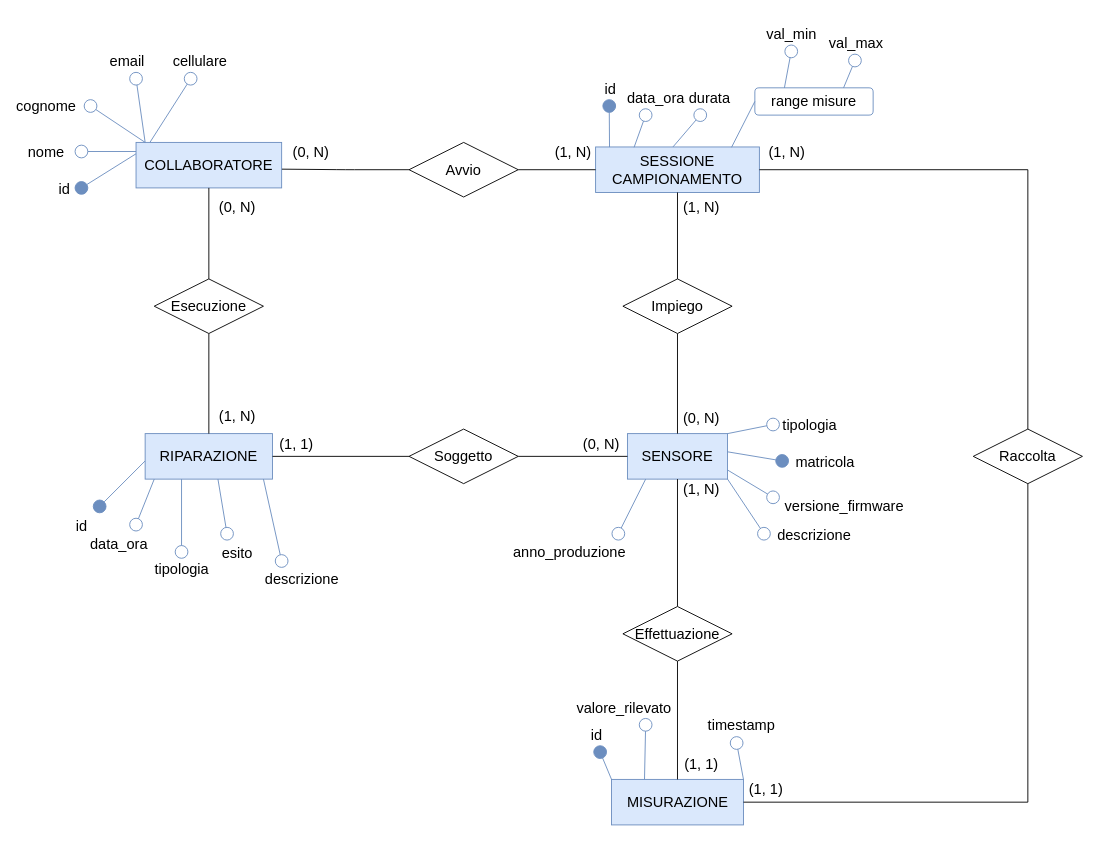
Earlier version of the draw.io diagram page "Diag. Monitoraggio" (4 of 7) of diagramma-er.drawio (faffolao/ProgettoBD2022). Source tidied: cells renumbered, new cells numbered last; positions are measured from the earlier drawing's top-left corner, leaving out a move shared by most shapes. Both pictures are drawn from the tidied source at 91%, with x=0, y=0 at pixel (81, 51).
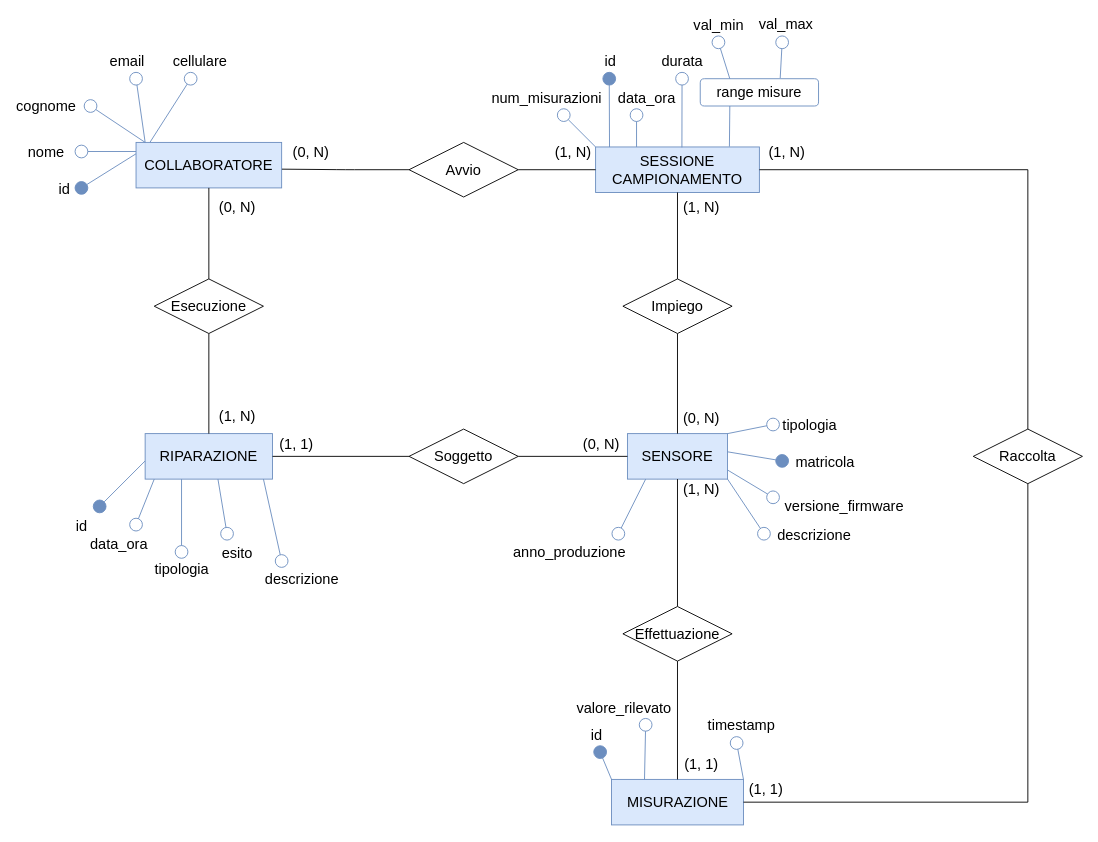
After the change.

The change refers to these unchanged cells:
```xml
<mxCell id="43" value="SESSIONE CAMPIONAMENTO" style="whiteSpace=wrap;html=1;align=center;fontSize=16;fillColor=#dae8fc;strokeColor=#6c8ebf;" parent="1" vertex="1">
  <mxGeometry x="565" y="105" width="180" height="50" as="geometry" />
</mxCell>
```

The edit, as a diff of the source:
```diff
@@
     <mxCell id="49" style="endArrow=oval;html=1;strokeColor=#6c8ebf;strokeWidth=1;fontSize=12;startSize=14;endSize=14;startArrow=none;startFill=0;endFill=1;fillColor=#dae8fc;exitX=0.085;exitY=0.003;exitDx=0;exitDy=0;exitPerimeter=0;" parent="1" edge="1" source="43">
       <mxGeometry relative="1" as="geometry">
-        <mxPoint x="580" y="60" as="targetPoint" />
+        <mxPoint x="580" y="30" as="targetPoint" />
       </mxGeometry>
     </mxCell>
     <mxCell id="50" value="id" style="edgeLabel;html=1;align=center;verticalAlign=middle;fontSize=16;" parent="49" vertex="1">
       <mxGeometry x="0.49" y="3" relative="1" as="geometry">
-        <mxPoint x="3" y="-31" as="offset" />
+        <mxPoint x="3" y="-39" as="offset" />
       </mxGeometry>
     </mxCell>
-    <mxCell id="51" style="endArrow=oval;html=1;strokeColor=#6c8ebf;strokeWidth=1;fontSize=12;startSize=14;endSize=14;endFill=0;fillColor=#dae8fc;exitX=0.235;exitY=0.008;exitDx=0;exitDy=0;exitPerimeter=0;" parent="1" edge="1" source="43">
+    <mxCell id="51" style="endArrow=oval;html=1;strokeColor=#6c8ebf;strokeWidth=1;fontSize=12;startSize=14;endSize=14;endFill=0;fillColor=#dae8fc;exitX=0.25;exitY=0;exitDx=0;exitDy=0;" parent="1" edge="1" source="43">
       <mxGeometry relative="1" as="geometry">
-        <mxPoint x="620" y="70" as="targetPoint" />
+        <mxPoint x="610" y="70" as="targetPoint" />
       </mxGeometry>
     </mxCell>
     <mxCell id="52" value="data_ora" style="edgeLabel;html=1;align=center;verticalAlign=middle;fontSize=16;" parent="51" vertex="1">
       <mxGeometry x="0.55" relative="1" as="geometry">
-        <mxPoint x="13" y="-28" as="offset" />
+        <mxPoint x="10" y="-28" as="offset" />
       </mxGeometry>
     </mxCell>
-    <mxCell id="53" style="endArrow=none;html=1;strokeColor=#6c8ebf;strokeWidth=1;fontSize=12;startSize=14;endSize=14;endFill=0;startArrow=oval;startFill=0;fillColor=#dae8fc;" parent="1" edge="1">
+    <mxCell id="53" style="endArrow=none;html=1;strokeColor=#6c8ebf;strokeWidth=1;fontSize=12;startSize=14;endSize=14;endFill=0;startArrow=oval;startFill=0;fillColor=#dae8fc;entryX=0.527;entryY=0.01;entryDx=0;entryDy=0;entryPerimeter=0;" parent="1" edge="1" target="43">
       <mxGeometry relative="1" as="geometry">
-        <mxPoint x="680" y="70" as="sourcePoint" />
-        <mxPoint x="650" y="105" as="targetPoint" />
+        <mxPoint x="660" y="30" as="sourcePoint" />
       </mxGeometry>
     </mxCell>
     <mxCell id="54" value="durata" style="edgeLabel;html=1;align=center;verticalAlign=middle;fontSize=16;" parent="53" vertex="1">
       <mxGeometry x="-0.3" y="-1" relative="1" as="geometry">
-        <mxPoint x="21" y="-31" as="offset" />
+        <mxPoint x="1" y="-46" as="offset" />
       </mxGeometry>
     </mxCell>
     <mxCell id="55" value="range misure" style="rounded=1;whiteSpace=wrap;html=1;fontSize=16;fillColor=none;strokeColor=#6c8ebf;" parent="1" vertex="1">
-      <mxGeometry x="740" y="40" width="130" height="30" as="geometry" />
+      <mxGeometry x="680" y="30" width="130" height="30" as="geometry" />
     </mxCell>
-    <mxCell id="56" style="endArrow=none;html=1;strokeColor=#6c8ebf;strokeWidth=1;fontSize=12;startSize=14;endSize=14;exitX=0;exitY=0.5;exitDx=0;exitDy=0;fillColor=#dae8fc;entryX=0.83;entryY=0.007;entryDx=0;entryDy=0;entryPerimeter=0;" parent="1" edge="1" source="55" target="43">
+    <mxCell id="56" style="endArrow=none;html=1;strokeColor=#6c8ebf;strokeWidth=1;fontSize=12;startSize=14;endSize=14;exitX=0.25;exitY=1;exitDx=0;exitDy=0;fillColor=#dae8fc;entryX=0.817;entryY=-0.007;entryDx=0;entryDy=0;entryPerimeter=0;" parent="1" edge="1" source="55" target="43">
       <mxGeometry relative="1" as="geometry" />
     </mxCell>
     <mxCell id="57" style="endArrow=oval;html=1;strokeColor=#6c8ebf;strokeWidth=1;fontSize=12;startSize=14;endSize=14;endFill=0;fillColor=#dae8fc;exitX=0.25;exitY=0;exitDx=0;exitDy=0;" parent="1" edge="1" source="55">
       <mxGeometry relative="1" as="geometry">
-        <mxPoint x="780" as="targetPoint" />
+        <mxPoint x="700" y="-10" as="targetPoint" />
       </mxGeometry>
     </mxCell>
     <mxCell id="58" value="val_min" style="edgeLabel;html=1;align=center;verticalAlign=middle;fontSize=16;" parent="57" vertex="1">
       <mxGeometry x="0.39" y="1" relative="1" as="geometry">
-        <mxPoint x="3" y="-32" as="offset" />
+        <mxPoint x="-3" y="-32" as="offset" />
       </mxGeometry>
     </mxCell>
-    <mxCell id="59" style="endArrow=none;html=1;strokeColor=#6c8ebf;strokeWidth=1;fontSize=12;startSize=14;endSize=14;endFill=0;startArrow=oval;startFill=0;fillColor=#dae8fc;entryX=0.75;entryY=0;entryDx=0;entryDy=0;" parent="1" edge="1" target="55">
+    <mxCell id="59" style="endArrow=none;html=1;strokeColor=#6c8ebf;strokeWidth=1;fontSize=12;startSize=14;endSize=14;endFill=0;startArrow=oval;startFill=0;fillColor=#dae8fc;entryX=0.676;entryY=-0.024;entryDx=0;entryDy=0;entryPerimeter=0;" parent="1" edge="1" target="55">
       <mxGeometry relative="1" as="geometry">
-        <mxPoint x="850" y="10" as="sourcePoint" />
+        <mxPoint x="770" y="-10" as="sourcePoint" />
       </mxGeometry>
     </mxCell>
     <mxCell id="60" value="val_max" style="edgeLabel;html=1;align=center;verticalAlign=middle;fontSize=16;" parent="59" vertex="1">
       <mxGeometry x="-0.39" relative="1" as="geometry">
-        <mxPoint x="4" y="-29" as="offset" />
+        <mxPoint x="4" y="-32" as="offset" />
       </mxGeometry>
     </mxCell>
@@
+    <mxCell id="85" style="endArrow=oval;html=1;strokeColor=#6c8ebf;strokeWidth=1;fontSize=12;startSize=14;endSize=14;endFill=0;fillColor=#dae8fc;exitX=0;exitY=0;exitDx=0;exitDy=0;" parent="1" edge="1" source="43">
+      <mxGeometry relative="1" as="geometry">
+        <mxPoint x="530" y="70" as="targetPoint" />
+      </mxGeometry>
+    </mxCell>
+    <mxCell id="86" value="num_misurazioni" style="edgeLabel;html=1;align=center;verticalAlign=middle;fontSize=16;" parent="85" vertex="1">
+      <mxGeometry x="0.55" relative="1" as="geometry">
+        <mxPoint x="-28" y="-28" as="offset" />
+      </mxGeometry>
+    </mxCell>
```
